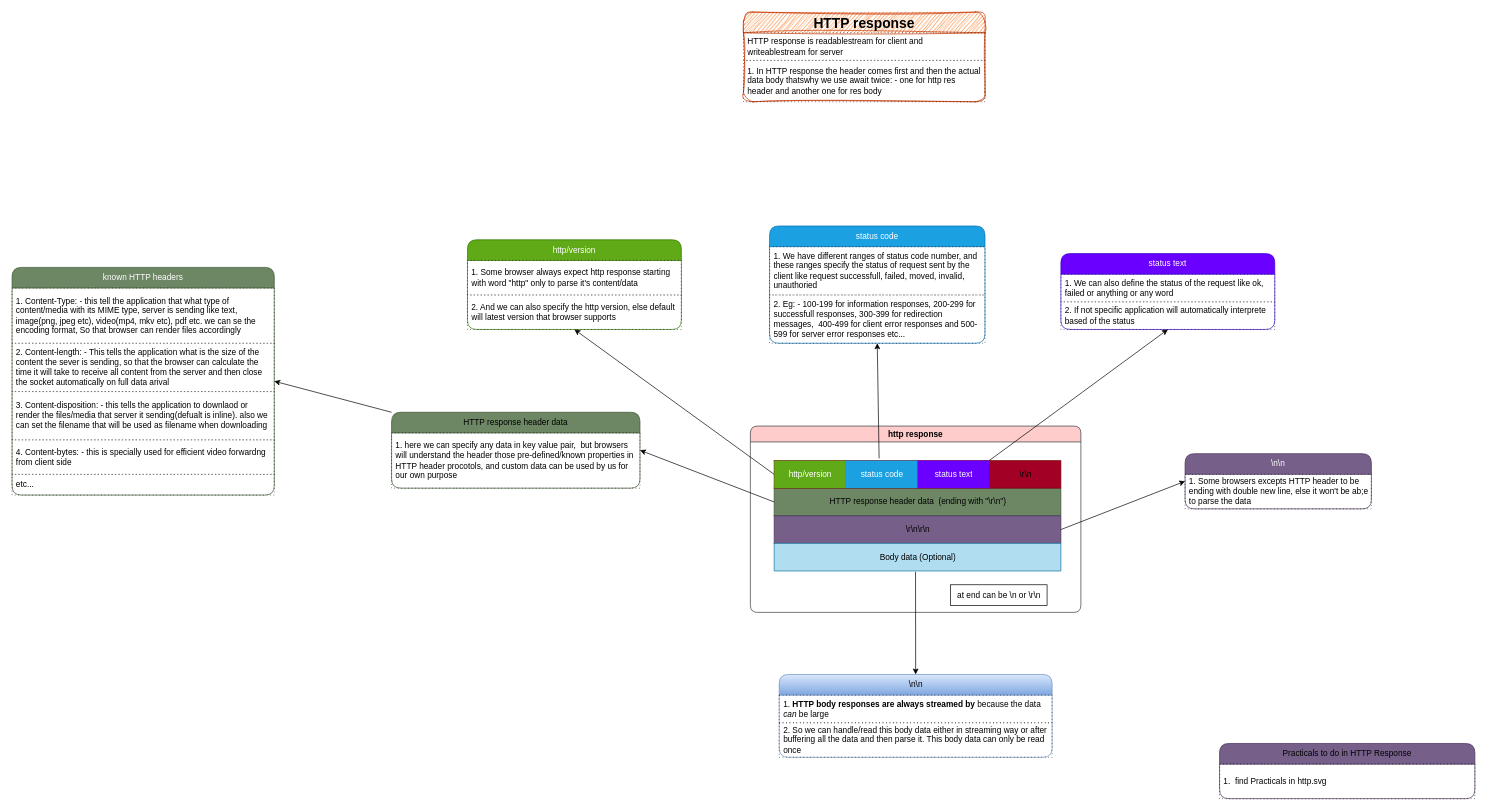
knkrn5/Programming-Concepts keeps this draw.io diagram as computer-networking/protocols/hypertext-transfer-protocol/http-res/httpres.dio. Above is the earlier version. Source tidied: cells renumbered, new cells numbered last; positions are measured from the earlier drawing's top-left corner, leaving out a move shared by most shapes. Both pictures are drawn from the tidied source at 69%, with x=0, y=0 at pixel (12, 12).
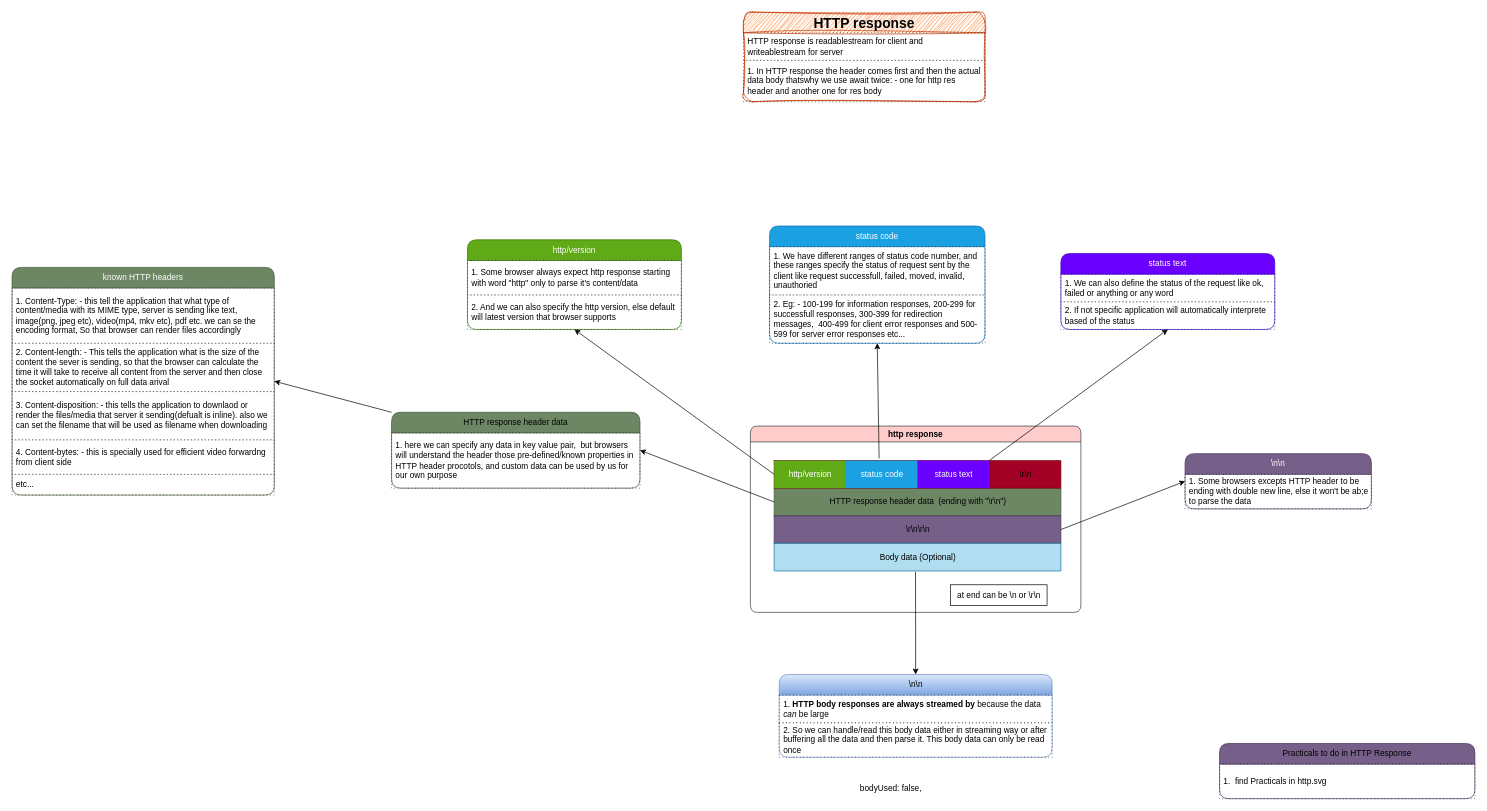
Above is the later version.

What changed in the source:
```diff
@@
+    <mxCell id="53" value="&amp;nbsp; bodyUsed: false," style="text;html=1;align=center;verticalAlign=middle;strokeColor=none;fillColor=none;" parent="1" vertex="1">
+      <mxGeometry x="1210" y="1110" width="120" height="30" as="geometry" />
+    </mxCell>
```
